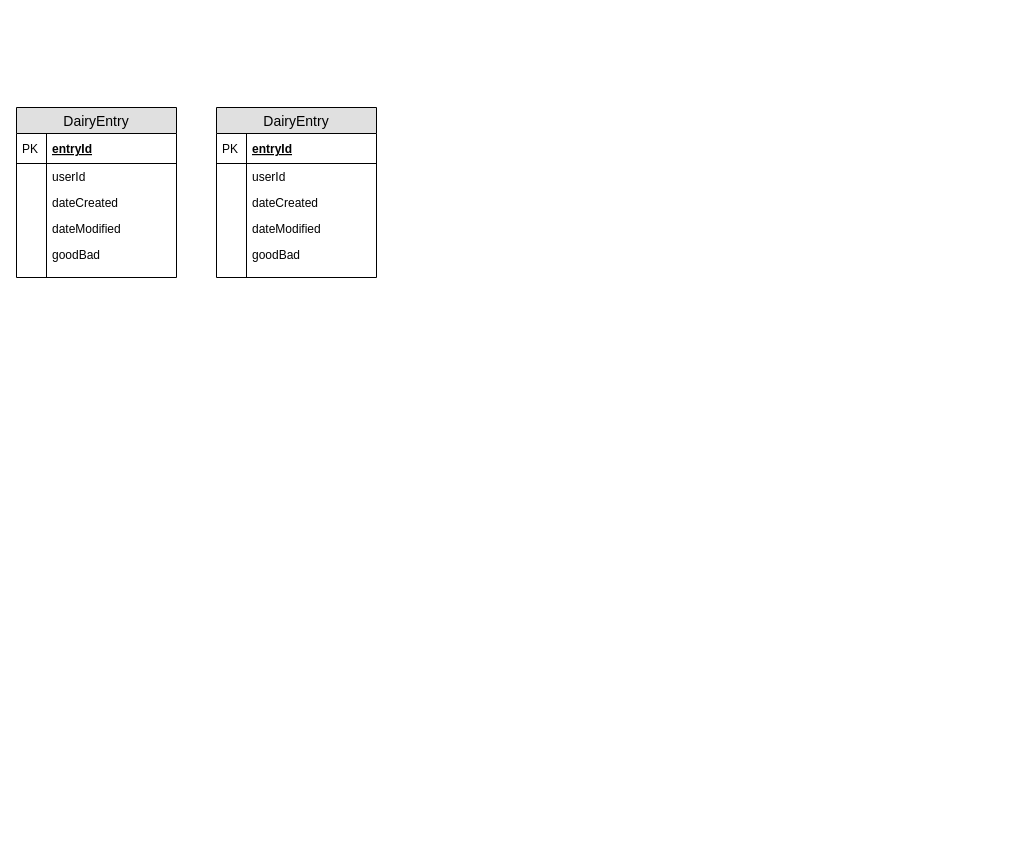
This is ER-Diagram-Room-DB.drawio from rektplorer64/ITCS424-PJ_Diaryly, a draw.io file, before an edit. Source tidied: cells renumbered, new cells numbered last; positions are measured from the earlier drawing's top-left corner, leaving out a move shared by most shapes. Both pictures are drawn from the tidied source at 100%, with x=0, y=0 at pixel (16, 107).
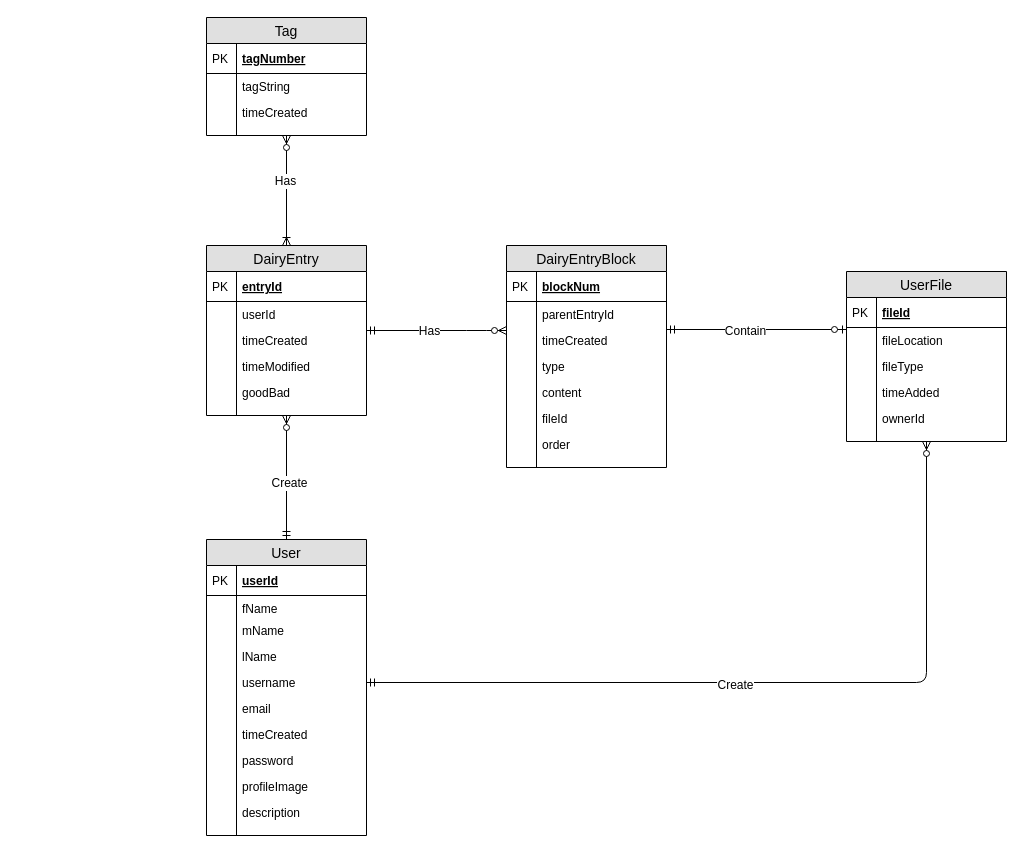
Above is the later version.

What changed in the source:
```diff
@@
-    <mxCell id="2" value="DairyEntry" style="swimlane;fontStyle=0;horizontal=1;startSize=26;fillColor=#e0e0e0;swimlaneFillColor=#ffffff;align=center;fontSize=14;" parent="1" vertex="1">
-      <mxGeometry x="200" width="160" height="170" as="geometry" />
+    <mxCell id="2" value="DairyEntryBlock" style="swimlane;fontStyle=0;horizontal=1;startSize=26;fillColor=#e0e0e0;swimlaneFillColor=#ffffff;align=center;fontSize=14;" parent="1" vertex="1">
+      <mxGeometry x="490" y="138" width="160" height="222" as="geometry" />
     </mxCell>
-    <mxCell id="3" value="entryId" style="shape=partialRectangle;top=0;left=0;right=0;bottom=1;align=left;verticalAlign=middle;fillColor=none;spacingLeft=34;spacingRight=4;overflow=hidden;fontStyle=5;fontSize=12;" parent="2" vertex="1">
+    <mxCell id="3" value="blockNum" style="shape=partialRectangle;top=0;left=0;right=0;bottom=1;align=left;verticalAlign=middle;fillColor=none;spacingLeft=34;spacingRight=4;overflow=hidden;fontStyle=5;fontSize=12;" parent="2" vertex="1">
       <mxGeometry y="26" width="160" height="30" as="geometry" />
     </mxCell>
@@
-    <mxCell id="5" value="userId" style="shape=partialRectangle;top=0;left=0;right=0;bottom=0;align=left;verticalAlign=top;fillColor=none;spacingLeft=34;spacingRight=4;overflow=hidden;fontSize=12;" parent="2" vertex="1">
-      <mxGeometry y="56" width="160" height="26" as="geometry" />
-    </mxCell>
-    <mxCell id="6" style="shape=partialRectangle;top=0;left=0;bottom=0;fillColor=none;align=left;verticalAlign=top;spacingLeft=4;spacingRight=4;overflow=hidden;fontSize=12;" parent="5" vertex="1">
-      <mxGeometry width="30" height="26" as="geometry" />
-    </mxCell>
+    <mxCell id="28" value="parentEntryId" style="shape=partialRectangle;top=0;left=0;right=0;bottom=0;align=left;verticalAlign=top;fillColor=none;spacingLeft=34;spacingRight=4;overflow=hidden;fontSize=12;" parent="2" vertex="1">
+      <mxGeometry y="56" width="160" height="26" as="geometry" />
+    </mxCell>
+    <mxCell id="29" style="shape=partialRectangle;top=0;left=0;bottom=0;fillColor=none;align=left;verticalAlign=top;spacingLeft=4;spacingRight=4;overflow=hidden;fontSize=12;" parent="28" vertex="1">
+      <mxGeometry width="30" height="26" as="geometry" />
+    </mxCell>
-    <mxCell id="7" value="dateCreated" style="shape=partialRectangle;top=0;left=0;right=0;bottom=0;align=left;verticalAlign=top;fillColor=none;spacingLeft=34;spacingRight=4;overflow=hidden;fontSize=12;" parent="2" vertex="1">
+    <mxCell id="7" value="timeCreated" style="shape=partialRectangle;top=0;left=0;right=0;bottom=0;align=left;verticalAlign=top;fillColor=none;spacingLeft=34;spacingRight=4;overflow=hidden;fontSize=12;" parent="2" vertex="1">
       <mxGeometry y="82" width="160" height="26" as="geometry" />
     </mxCell>
@@
-    <mxCell id="9" value="dateModified" style="shape=partialRectangle;top=0;left=0;right=0;bottom=0;align=left;verticalAlign=top;fillColor=none;spacingLeft=34;spacingRight=4;overflow=hidden;fontSize=12;" parent="2" vertex="1">
+    <mxCell id="9" value="type" style="shape=partialRectangle;top=0;left=0;right=0;bottom=0;align=left;verticalAlign=top;fillColor=none;spacingLeft=34;spacingRight=4;overflow=hidden;fontSize=12;" parent="2" vertex="1">
       <mxGeometry y="108" width="160" height="26" as="geometry" />
     </mxCell>
@@
-    <mxCell id="11" value="goodBad" style="shape=partialRectangle;top=0;left=0;right=0;bottom=0;align=left;verticalAlign=top;fillColor=none;spacingLeft=34;spacingRight=4;overflow=hidden;fontSize=12;" parent="2" vertex="1">
+    <mxCell id="11" value="content" style="shape=partialRectangle;top=0;left=0;right=0;bottom=0;align=left;verticalAlign=top;fillColor=none;spacingLeft=34;spacingRight=4;overflow=hidden;fontSize=12;" parent="2" vertex="1">
       <mxGeometry y="134" width="160" height="26" as="geometry" />
     </mxCell>
@@
+    <mxCell id="30" value="fileId" style="shape=partialRectangle;top=0;left=0;right=0;bottom=0;align=left;verticalAlign=top;fillColor=none;spacingLeft=34;spacingRight=4;overflow=hidden;fontSize=12;" parent="2" vertex="1">
+      <mxGeometry y="160" width="160" height="26" as="geometry" />
+    </mxCell>
+    <mxCell id="31" style="shape=partialRectangle;top=0;left=0;bottom=0;fillColor=none;align=left;verticalAlign=top;spacingLeft=4;spacingRight=4;overflow=hidden;fontSize=12;" parent="30" vertex="1">
+      <mxGeometry width="30" height="26" as="geometry" />
+    </mxCell>
+    <mxCell id="32" value="order" style="shape=partialRectangle;top=0;left=0;right=0;bottom=0;align=left;verticalAlign=top;fillColor=none;spacingLeft=34;spacingRight=4;overflow=hidden;fontSize=12;" parent="2" vertex="1">
+      <mxGeometry y="186" width="160" height="26" as="geometry" />
+    </mxCell>
+    <mxCell id="33" style="shape=partialRectangle;top=0;left=0;bottom=0;fillColor=none;align=left;verticalAlign=top;spacingLeft=4;spacingRight=4;overflow=hidden;fontSize=12;" parent="32" vertex="1">
+      <mxGeometry width="30" height="26" as="geometry" />
+    </mxCell>
     <mxCell id="13" style="shape=partialRectangle;top=0;left=0;right=0;bottom=0;align=left;verticalAlign=top;fillColor=none;spacingLeft=34;spacingRight=4;overflow=hidden;fontSize=12;" parent="2" vertex="1">
-      <mxGeometry y="160" width="160" height="10" as="geometry" />
+      <mxGeometry y="212" width="160" height="10" as="geometry" />
     </mxCell>
@@
+    <mxCell id="34" style="edgeStyle=orthogonalEdgeStyle;rounded=1;jettySize=auto;html=1;startArrow=ERzeroToMany;startFill=1;endArrow=ERmandOne;endFill=0;" parent="1" edge="1" source="2" target="15">
+      <mxGeometry relative="1" as="geometry">
+        <Array as="points">
+          <mxPoint x="460" y="223" />
+          <mxPoint x="460" y="223" />
+        </Array>
+      </mxGeometry>
+    </mxCell>
+    <mxCell id="35" value="Has" style="text;html=1;align=center;verticalAlign=middle;labelBackgroundColor=#ffffff;" parent="34" vertex="1">
+      <mxGeometry x="0.11" relative="1" as="geometry" />
+    </mxCell>
     <mxCell id="15" value="DairyEntry" style="swimlane;fontStyle=0;horizontal=1;startSize=26;fillColor=#e0e0e0;swimlaneFillColor=#ffffff;align=center;fontSize=14;" parent="1" vertex="1">
-      <mxGeometry width="160" height="170" as="geometry" />
+      <mxGeometry x="190" y="138" width="160" height="170" as="geometry" />
     </mxCell>
@@
-    <mxCell id="20" value="dateCreated" style="shape=partialRectangle;top=0;left=0;right=0;bottom=0;align=left;verticalAlign=top;fillColor=none;spacingLeft=34;spacingRight=4;overflow=hidden;fontSize=12;" parent="15" vertex="1">
+    <mxCell id="20" value="timeCreated" style="shape=partialRectangle;top=0;left=0;right=0;bottom=0;align=left;verticalAlign=top;fillColor=none;spacingLeft=34;spacingRight=4;overflow=hidden;fontSize=12;" parent="15" vertex="1">
       <mxGeometry y="82" width="160" height="26" as="geometry" />
     </mxCell>
@@
-    <mxCell id="22" value="dateModified" style="shape=partialRectangle;top=0;left=0;right=0;bottom=0;align=left;verticalAlign=top;fillColor=none;spacingLeft=34;spacingRight=4;overflow=hidden;fontSize=12;" parent="15" vertex="1">
+    <mxCell id="22" value="timeModified" style="shape=partialRectangle;top=0;left=0;right=0;bottom=0;align=left;verticalAlign=top;fillColor=none;spacingLeft=34;spacingRight=4;overflow=hidden;fontSize=12;" parent="15" vertex="1">
       <mxGeometry y="108" width="160" height="26" as="geometry" />
     </mxCell>
@@
+    <mxCell id="36" style="edgeStyle=orthogonalEdgeStyle;rounded=1;jettySize=auto;html=1;endArrow=ERmandOne;endFill=0;startArrow=ERzeroToMany;startFill=1;" parent="1" edge="1" source="15" target="38">
+      <mxGeometry relative="1" as="geometry" />
+    </mxCell>
+    <mxCell id="37" value="Create" style="text;html=1;align=center;verticalAlign=middle;labelBackgroundColor=#ffffff;" parent="36" vertex="1">
+      <mxGeometry x="0.08" y="2" relative="1" as="geometry" />
+    </mxCell>
+    <mxCell id="38" value="User" style="swimlane;fontStyle=0;horizontal=1;startSize=26;fillColor=#e0e0e0;swimlaneFillColor=#ffffff;align=center;fontSize=14;" parent="1" vertex="1">
+      <mxGeometry x="190" y="432" width="160" height="296" as="geometry" />
+    </mxCell>
+    <mxCell id="5" value="userId" style="shape=partialRectangle;top=0;left=0;right=0;bottom=1;align=left;verticalAlign=middle;fillColor=none;spacingLeft=34;spacingRight=4;overflow=hidden;fontStyle=5;fontSize=12;" parent="38" vertex="1">
+      <mxGeometry y="26" width="160" height="30" as="geometry" />
+    </mxCell>
+    <mxCell id="39" value="PK" style="shape=partialRectangle;top=0;left=0;bottom=0;fillColor=none;align=left;verticalAlign=middle;spacingLeft=4;spacingRight=4;overflow=hidden;fontSize=12;" parent="5" vertex="1">
+      <mxGeometry width="30" height="30" as="geometry" />
+    </mxCell>
+    <mxCell id="40" value="fName" style="shape=partialRectangle;top=0;left=0;right=0;bottom=0;align=left;verticalAlign=top;fillColor=none;spacingLeft=34;spacingRight=4;overflow=hidden;fontSize=12;" parent="38" vertex="1">
+      <mxGeometry y="56" width="160" height="22" as="geometry" />
+    </mxCell>
+    <mxCell id="41" style="shape=partialRectangle;top=0;left=0;bottom=0;fillColor=none;align=left;verticalAlign=top;spacingLeft=4;spacingRight=4;overflow=hidden;fontSize=12;" parent="40" vertex="1">
+      <mxGeometry width="30" height="22" as="geometry" />
+    </mxCell>
+    <mxCell id="42" value="mName" style="shape=partialRectangle;top=0;left=0;right=0;bottom=0;align=left;verticalAlign=top;fillColor=none;spacingLeft=34;spacingRight=4;overflow=hidden;fontSize=12;" parent="38" vertex="1">
+      <mxGeometry y="78" width="160" height="26" as="geometry" />
+    </mxCell>
+    <mxCell id="43" style="shape=partialRectangle;top=0;left=0;bottom=0;fillColor=none;align=left;verticalAlign=top;spacingLeft=4;spacingRight=4;overflow=hidden;fontSize=12;" parent="42" vertex="1">
+      <mxGeometry width="30" height="26" as="geometry" />
+    </mxCell>
+    <mxCell id="44" value="lName" style="shape=partialRectangle;top=0;left=0;right=0;bottom=0;align=left;verticalAlign=top;fillColor=none;spacingLeft=34;spacingRight=4;overflow=hidden;fontSize=12;" parent="38" vertex="1">
+      <mxGeometry y="104" width="160" height="26" as="geometry" />
+    </mxCell>
+    <mxCell id="45" style="shape=partialRectangle;top=0;left=0;bottom=0;fillColor=none;align=left;verticalAlign=top;spacingLeft=4;spacingRight=4;overflow=hidden;fontSize=12;" parent="44" vertex="1">
+      <mxGeometry width="30" height="26" as="geometry" />
+    </mxCell>
+    <mxCell id="46" value="username" style="shape=partialRectangle;top=0;left=0;right=0;bottom=0;align=left;verticalAlign=top;fillColor=none;spacingLeft=34;spacingRight=4;overflow=hidden;fontSize=12;" parent="38" vertex="1">
+      <mxGeometry y="130" width="160" height="26" as="geometry" />
+    </mxCell>
+    <mxCell id="47" style="shape=partialRectangle;top=0;left=0;bottom=0;fillColor=none;align=left;verticalAlign=top;spacingLeft=4;spacingRight=4;overflow=hidden;fontSize=12;" parent="46" vertex="1">
+      <mxGeometry width="30" height="26" as="geometry" />
+    </mxCell>
+    <mxCell id="48" value="email" style="shape=partialRectangle;top=0;left=0;right=0;bottom=0;align=left;verticalAlign=top;fillColor=none;spacingLeft=34;spacingRight=4;overflow=hidden;fontSize=12;" parent="38" vertex="1">
+      <mxGeometry y="156" width="160" height="26" as="geometry" />
+    </mxCell>
+    <mxCell id="49" style="shape=partialRectangle;top=0;left=0;bottom=0;fillColor=none;align=left;verticalAlign=top;spacingLeft=4;spacingRight=4;overflow=hidden;fontSize=12;" parent="48" vertex="1">
+      <mxGeometry width="30" height="26" as="geometry" />
+    </mxCell>
+    <mxCell id="50" value="timeCreated" style="shape=partialRectangle;top=0;left=0;right=0;bottom=0;align=left;verticalAlign=top;fillColor=none;spacingLeft=34;spacingRight=4;overflow=hidden;fontSize=12;" parent="38" vertex="1">
+      <mxGeometry y="182" width="160" height="26" as="geometry" />
+    </mxCell>
+    <mxCell id="51" style="shape=partialRectangle;top=0;left=0;bottom=0;fillColor=none;align=left;verticalAlign=top;spacingLeft=4;spacingRight=4;overflow=hidden;fontSize=12;" parent="50" vertex="1">
+      <mxGeometry width="30" height="26" as="geometry" />
+    </mxCell>
+    <mxCell id="52" value="password" style="shape=partialRectangle;top=0;left=0;right=0;bottom=0;align=left;verticalAlign=top;fillColor=none;spacingLeft=34;spacingRight=4;overflow=hidden;fontSize=12;" parent="38" vertex="1">
+      <mxGeometry y="208" width="160" height="26" as="geometry" />
+    </mxCell>
+    <mxCell id="53" style="shape=partialRectangle;top=0;left=0;bottom=0;fillColor=none;align=left;verticalAlign=top;spacingLeft=4;spacingRight=4;overflow=hidden;fontSize=12;" parent="52" vertex="1">
+      <mxGeometry width="30" height="26" as="geometry" />
+    </mxCell>
+    <mxCell id="54" value="profileImage" style="shape=partialRectangle;top=0;left=0;right=0;bottom=0;align=left;verticalAlign=top;fillColor=none;spacingLeft=34;spacingRight=4;overflow=hidden;fontSize=12;" parent="38" vertex="1">
+      <mxGeometry y="234" width="160" height="26" as="geometry" />
+    </mxCell>
+    <mxCell id="55" style="shape=partialRectangle;top=0;left=0;bottom=0;fillColor=none;align=left;verticalAlign=top;spacingLeft=4;spacingRight=4;overflow=hidden;fontSize=12;" parent="54" vertex="1">
+      <mxGeometry width="30" height="26" as="geometry" />
+    </mxCell>
+    <mxCell id="56" value="description" style="shape=partialRectangle;top=0;left=0;right=0;bottom=0;align=left;verticalAlign=top;fillColor=none;spacingLeft=34;spacingRight=4;overflow=hidden;fontSize=12;" parent="38" vertex="1">
+      <mxGeometry y="260" width="160" height="26" as="geometry" />
+    </mxCell>
+    <mxCell id="57" style="shape=partialRectangle;top=0;left=0;bottom=0;fillColor=none;align=left;verticalAlign=top;spacingLeft=4;spacingRight=4;overflow=hidden;fontSize=12;" parent="56" vertex="1">
+      <mxGeometry width="30" height="26" as="geometry" />
+    </mxCell>
+    <mxCell id="58" style="shape=partialRectangle;top=0;left=0;right=0;bottom=0;align=left;verticalAlign=top;fillColor=none;spacingLeft=34;spacingRight=4;overflow=hidden;fontSize=12;" parent="38" vertex="1">
+      <mxGeometry y="286" width="160" height="10" as="geometry" />
+    </mxCell>
+    <mxCell id="59" style="shape=partialRectangle;top=0;left=0;bottom=0;fillColor=none;align=left;verticalAlign=top;spacingLeft=4;spacingRight=4;overflow=hidden;fontSize=12;" parent="58" vertex="1">
+      <mxGeometry width="30" height="10" as="geometry" />
+    </mxCell>
+    <mxCell id="60" value="UserFile" style="swimlane;fontStyle=0;horizontal=1;startSize=26;fillColor=#e0e0e0;swimlaneFillColor=#ffffff;align=center;fontSize=14;" parent="1" vertex="1">
+      <mxGeometry x="830" y="164" width="160" height="170" as="geometry" />
+    </mxCell>
+    <mxCell id="61" value="fileId" style="shape=partialRectangle;top=0;left=0;right=0;bottom=1;align=left;verticalAlign=middle;fillColor=none;spacingLeft=34;spacingRight=4;overflow=hidden;fontStyle=5;fontSize=12;" parent="60" vertex="1">
+      <mxGeometry y="26" width="160" height="30" as="geometry" />
+    </mxCell>
+    <mxCell id="62" value="PK" style="shape=partialRectangle;top=0;left=0;bottom=0;fillColor=none;align=left;verticalAlign=middle;spacingLeft=4;spacingRight=4;overflow=hidden;fontSize=12;" parent="61" vertex="1">
+      <mxGeometry width="30" height="30" as="geometry" />
+    </mxCell>
+    <mxCell id="63" value="fileLocation" style="shape=partialRectangle;top=0;left=0;right=0;bottom=0;align=left;verticalAlign=top;fillColor=none;spacingLeft=34;spacingRight=4;overflow=hidden;fontSize=12;" parent="60" vertex="1">
+      <mxGeometry y="56" width="160" height="26" as="geometry" />
+    </mxCell>
+    <mxCell id="64" style="shape=partialRectangle;top=0;left=0;bottom=0;fillColor=none;align=left;verticalAlign=top;spacingLeft=4;spacingRight=4;overflow=hidden;fontSize=12;" parent="63" vertex="1">
+      <mxGeometry width="30" height="26" as="geometry" />
+    </mxCell>
+    <mxCell id="65" value="fileType" style="shape=partialRectangle;top=0;left=0;right=0;bottom=0;align=left;verticalAlign=top;fillColor=none;spacingLeft=34;spacingRight=4;overflow=hidden;fontSize=12;" parent="60" vertex="1">
+      <mxGeometry y="82" width="160" height="26" as="geometry" />
+    </mxCell>
+    <mxCell id="66" style="shape=partialRectangle;top=0;left=0;bottom=0;fillColor=none;align=left;verticalAlign=top;spacingLeft=4;spacingRight=4;overflow=hidden;fontSize=12;" parent="65" vertex="1">
+      <mxGeometry width="30" height="26" as="geometry" />
+    </mxCell>
+    <mxCell id="67" value="timeAdded" style="shape=partialRectangle;top=0;left=0;right=0;bottom=0;align=left;verticalAlign=top;fillColor=none;spacingLeft=34;spacingRight=4;overflow=hidden;fontSize=12;" parent="60" vertex="1">
+      <mxGeometry y="108" width="160" height="26" as="geometry" />
+    </mxCell>
+    <mxCell id="68" style="shape=partialRectangle;top=0;left=0;bottom=0;fillColor=none;align=left;verticalAlign=top;spacingLeft=4;spacingRight=4;overflow=hidden;fontSize=12;" parent="67" vertex="1">
+      <mxGeometry width="30" height="26" as="geometry" />
+    </mxCell>
+    <mxCell id="69" value="ownerId" style="shape=partialRectangle;top=0;left=0;right=0;bottom=0;align=left;verticalAlign=top;fillColor=none;spacingLeft=34;spacingRight=4;overflow=hidden;fontSize=12;" parent="60" vertex="1">
+      <mxGeometry y="134" width="160" height="26" as="geometry" />
+    </mxCell>
+    <mxCell id="70" style="shape=partialRectangle;top=0;left=0;bottom=0;fillColor=none;align=left;verticalAlign=top;spacingLeft=4;spacingRight=4;overflow=hidden;fontSize=12;" parent="69" vertex="1">
+      <mxGeometry width="30" height="26" as="geometry" />
+    </mxCell>
+    <mxCell id="71" style="shape=partialRectangle;top=0;left=0;right=0;bottom=0;align=left;verticalAlign=top;fillColor=none;spacingLeft=34;spacingRight=4;overflow=hidden;fontSize=12;" parent="60" vertex="1">
+      <mxGeometry y="160" width="160" height="10" as="geometry" />
+    </mxCell>
+    <mxCell id="72" style="shape=partialRectangle;top=0;left=0;bottom=0;fillColor=none;align=left;verticalAlign=top;spacingLeft=4;spacingRight=4;overflow=hidden;fontSize=12;" parent="71" vertex="1">
+      <mxGeometry width="30" height="10" as="geometry" />
+    </mxCell>
+    <mxCell id="73" style="edgeStyle=orthogonalEdgeStyle;rounded=1;jettySize=auto;html=1;startArrow=ERzeroToOne;startFill=1;endArrow=ERmandOne;endFill=0;" parent="1" edge="1" source="60" target="2">
+      <mxGeometry relative="1" as="geometry">
+        <Array as="points">
+          <mxPoint x="730" y="222" />
+          <mxPoint x="730" y="222" />
+        </Array>
+      </mxGeometry>
+    </mxCell>
+    <mxCell id="74" value="Contain" style="text;html=1;align=center;verticalAlign=middle;labelBackgroundColor=#ffffff;" parent="73" vertex="1">
+      <mxGeometry x="0.13" y="1" relative="1" as="geometry" />
+    </mxCell>
+    <mxCell id="75" value="Tag" style="swimlane;fontStyle=0;horizontal=1;startSize=26;fillColor=#e0e0e0;swimlaneFillColor=#ffffff;align=center;fontSize=14;" parent="1" vertex="1">
+      <mxGeometry x="190" y="-90" width="160" height="118" as="geometry" />
+    </mxCell>
+    <mxCell id="76" value="tagNumber" style="shape=partialRectangle;top=0;left=0;right=0;bottom=1;align=left;verticalAlign=middle;fillColor=none;spacingLeft=34;spacingRight=4;overflow=hidden;fontStyle=5;fontSize=12;" parent="75" vertex="1">
+      <mxGeometry y="26" width="160" height="30" as="geometry" />
+    </mxCell>
+    <mxCell id="77" value="PK" style="shape=partialRectangle;top=0;left=0;bottom=0;fillColor=none;align=left;verticalAlign=middle;spacingLeft=4;spacingRight=4;overflow=hidden;fontSize=12;" parent="76" vertex="1">
+      <mxGeometry width="30" height="30" as="geometry" />
+    </mxCell>
+    <mxCell id="78" value="tagString" style="shape=partialRectangle;top=0;left=0;right=0;bottom=0;align=left;verticalAlign=top;fillColor=none;spacingLeft=34;spacingRight=4;overflow=hidden;fontSize=12;" parent="75" vertex="1">
+      <mxGeometry y="56" width="160" height="26" as="geometry" />
+    </mxCell>
+    <mxCell id="79" style="shape=partialRectangle;top=0;left=0;bottom=0;fillColor=none;align=left;verticalAlign=top;spacingLeft=4;spacingRight=4;overflow=hidden;fontSize=12;" parent="78" vertex="1">
+      <mxGeometry width="30" height="26" as="geometry" />
+    </mxCell>
+    <mxCell id="80" value="timeCreated" style="shape=partialRectangle;top=0;left=0;right=0;bottom=0;align=left;verticalAlign=top;fillColor=none;spacingLeft=34;spacingRight=4;overflow=hidden;fontSize=12;" parent="75" vertex="1">
+      <mxGeometry y="82" width="160" height="26" as="geometry" />
+    </mxCell>
+    <mxCell id="81" style="shape=partialRectangle;top=0;left=0;bottom=0;fillColor=none;align=left;verticalAlign=top;spacingLeft=4;spacingRight=4;overflow=hidden;fontSize=12;" parent="80" vertex="1">
+      <mxGeometry width="30" height="26" as="geometry" />
+    </mxCell>
+    <mxCell id="82" style="shape=partialRectangle;top=0;left=0;right=0;bottom=0;align=left;verticalAlign=top;fillColor=none;spacingLeft=34;spacingRight=4;overflow=hidden;fontSize=12;" parent="75" vertex="1">
+      <mxGeometry y="108" width="160" height="10" as="geometry" />
+    </mxCell>
+    <mxCell id="83" style="shape=partialRectangle;top=0;left=0;bottom=0;fillColor=none;align=left;verticalAlign=top;spacingLeft=4;spacingRight=4;overflow=hidden;fontSize=12;" parent="82" vertex="1">
+      <mxGeometry width="30" height="10" as="geometry" />
+    </mxCell>
+    <mxCell id="84" style="edgeStyle=orthogonalEdgeStyle;rounded=1;jettySize=auto;html=1;startArrow=ERzeroToMany;startFill=1;endArrow=ERoneToMany;endFill=0;" parent="1" edge="1" source="75" target="15">
+      <mxGeometry relative="1" as="geometry" />
+    </mxCell>
+    <mxCell id="85" value="Has" style="text;html=1;align=center;verticalAlign=middle;labelBackgroundColor=#ffffff;" parent="84" vertex="1">
+      <mxGeometry x="-0.18" y="-2" relative="1" as="geometry" />
+    </mxCell>
+    <mxCell id="86" style="edgeStyle=orthogonalEdgeStyle;rounded=1;jettySize=auto;html=1;endArrow=ERmandOne;endFill=0;startArrow=ERzeroToMany;startFill=1;" parent="1" edge="1" source="60" target="38">
+      <mxGeometry relative="1" as="geometry">
+        <Array as="points">
+          <mxPoint x="910" y="575" />
+        </Array>
+      </mxGeometry>
+    </mxCell>
+    <mxCell id="87" value="Create" style="text;html=1;align=center;verticalAlign=middle;labelBackgroundColor=#ffffff;" parent="86" vertex="1">
+      <mxGeometry x="0.08" y="2" relative="1" as="geometry" />
+    </mxCell>
```
